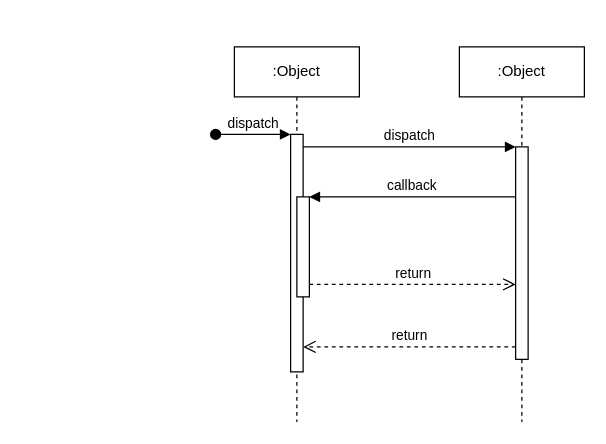
The draw.io diagram DiagramaSequencia.drawio in augustorazani/QENEM-UML-Diagram, before the edit. Source tidied: cells renumbered, new cells numbered last; positions are measured from the earlier drawing's top-left corner, leaving out a move shared by most shapes. Both pictures are drawn from the tidied source at 125%, with x=0, y=0 at pixel (215, 46).
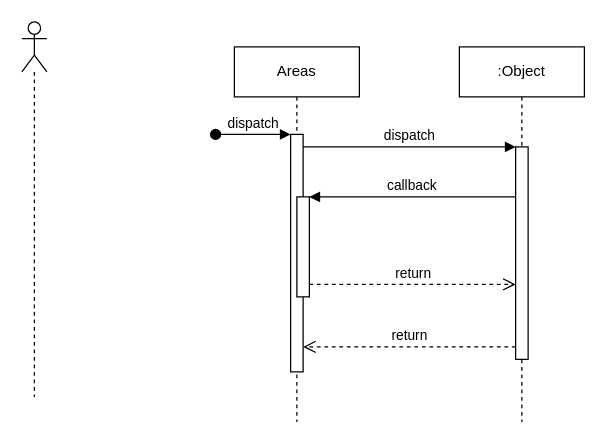
The same page after the edit.

Diff of the diagram source:
```diff
@@
 <mxGraphModel>
   <root>
     <mxCell id="0" />
     <mxCell id="1" parent="0" />
-    <mxCell id="2" value=":Object" style="shape=umlLifeline;perimeter=lifelinePerimeter;whiteSpace=wrap;html=1;newEdgeStyle={&quot;edgeStyle&quot;:&quot;elbowEdgeStyle&quot;,&quot;elbow&quot;:&quot;vertical&quot;,&quot;curved&quot;:0,&quot;rounded&quot;:0};" parent="1" vertex="1">
+    <mxCell id="2" value="Areas" style="shape=umlLifeline;perimeter=lifelinePerimeter;whiteSpace=wrap;html=1;newEdgeStyle={&quot;edgeStyle&quot;:&quot;elbowEdgeStyle&quot;,&quot;elbow&quot;:&quot;vertical&quot;,&quot;curved&quot;:0,&quot;rounded&quot;:0};" parent="1" vertex="1">
       <mxGeometry x="15" width="100" height="300" as="geometry" />
     </mxCell>
     <mxCell id="3" style="html=1;points=[];perimeter=orthogonalPerimeter;outlineConnect=0;targetShapes=umlLifeline;portConstraint=eastwest;newEdgeStyle={&quot;edgeStyle&quot;:&quot;elbowEdgeStyle&quot;,&quot;elbow&quot;:&quot;vertical&quot;,&quot;curved&quot;:0,&quot;rounded&quot;:0};" parent="2" vertex="1">
       <mxGeometry x="45" y="70" width="10" height="190" as="geometry" />
     </mxCell>
     <mxCell id="4" value="dispatch" style="html=1;verticalAlign=bottom;startArrow=oval;endArrow=block;startSize=8;edgeStyle=elbowEdgeStyle;elbow=vertical;curved=0;rounded=0;" parent="2" edge="1" target="3">
       <mxGeometry relative="1" as="geometry">
         <mxPoint x="-15" y="70" as="sourcePoint" />
       </mxGeometry>
     </mxCell>
     <mxCell id="5" style="html=1;points=[];perimeter=orthogonalPerimeter;outlineConnect=0;targetShapes=umlLifeline;portConstraint=eastwest;newEdgeStyle={&quot;edgeStyle&quot;:&quot;elbowEdgeStyle&quot;,&quot;elbow&quot;:&quot;vertical&quot;,&quot;curved&quot;:0,&quot;rounded&quot;:0};" parent="2" vertex="1">
       <mxGeometry x="50" y="120" width="10" height="80" as="geometry" />
     </mxCell>
     <mxCell id="6" value=":Object" style="shape=umlLifeline;perimeter=lifelinePerimeter;whiteSpace=wrap;html=1;newEdgeStyle={&quot;edgeStyle&quot;:&quot;elbowEdgeStyle&quot;,&quot;elbow&quot;:&quot;vertical&quot;,&quot;curved&quot;:0,&quot;rounded&quot;:0};" parent="1" vertex="1">
       <mxGeometry x="195" width="100" height="300" as="geometry" />
     </mxCell>
     <mxCell id="7" style="html=1;points=[];perimeter=orthogonalPerimeter;outlineConnect=0;targetShapes=umlLifeline;portConstraint=eastwest;newEdgeStyle={&quot;edgeStyle&quot;:&quot;elbowEdgeStyle&quot;,&quot;elbow&quot;:&quot;vertical&quot;,&quot;curved&quot;:0,&quot;rounded&quot;:0};" parent="6" vertex="1">
       <mxGeometry x="45" y="80" width="10" height="170" as="geometry" />
     </mxCell>
     <mxCell id="8" value="dispatch" style="html=1;verticalAlign=bottom;endArrow=block;edgeStyle=elbowEdgeStyle;elbow=vertical;curved=0;rounded=0;" parent="1" edge="1" source="3" target="7">
       <mxGeometry relative="1" as="geometry">
         <Array as="points">
           <mxPoint x="155" y="80" />
         </Array>
       </mxGeometry>
     </mxCell>
     <mxCell id="9" value="return" style="html=1;verticalAlign=bottom;endArrow=open;dashed=1;endSize=8;edgeStyle=elbowEdgeStyle;elbow=vertical;curved=0;rounded=0;" parent="1" edge="1" source="7" target="3">
       <mxGeometry relative="1" as="geometry">
         <Array as="points">
           <mxPoint x="165" y="240" />
         </Array>
       </mxGeometry>
     </mxCell>
     <mxCell id="10" value="callback" style="html=1;verticalAlign=bottom;endArrow=block;edgeStyle=elbowEdgeStyle;elbow=vertical;curved=0;rounded=0;" parent="1" edge="1" source="7" target="5">
       <mxGeometry relative="1" as="geometry">
         <Array as="points">
           <mxPoint x="165" y="120" />
         </Array>
       </mxGeometry>
     </mxCell>
     <mxCell id="11" value="return" style="html=1;verticalAlign=bottom;endArrow=open;dashed=1;endSize=8;edgeStyle=elbowEdgeStyle;elbow=vertical;curved=0;rounded=0;" parent="1" edge="1" source="5" target="7">
       <mxGeometry relative="1" as="geometry">
         <Array as="points">
           <mxPoint x="155" y="190" />
         </Array>
       </mxGeometry>
     </mxCell>
+    <mxCell id="12" style="shape=umlLifeline;perimeter=lifelinePerimeter;whiteSpace=wrap;html=1;newEdgeStyle={&quot;curved&quot;:0,&quot;rounded&quot;:0};participant=umlActor;" parent="1" vertex="1">
+      <mxGeometry x="-155" y="-20" width="20" height="300" as="geometry" />
+    </mxCell>
   </root>
 </mxGraphModel>
```
